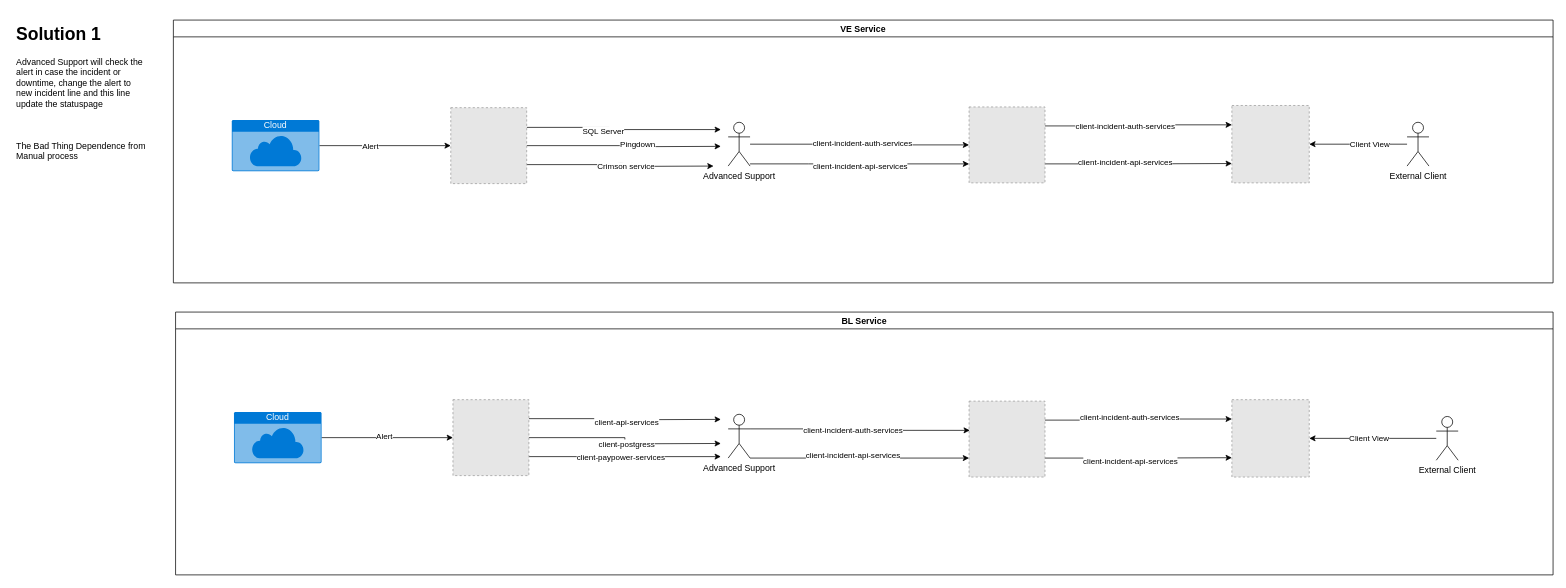
This is page "Solution 1" (2 of 4) of IssuePDMetricsPTY.drawio from LucasLeiteCesar/DrawArch, a draw.io file, before an edit. Source tidied: cells renumbered, new cells numbered last; positions are measured from the earlier drawing's top-left corner, leaving out a move shared by most shapes. Both pictures are drawn from the tidied source at 73%, with x=0, y=0 at pixel (12, 20). Pictures stored in the file or linked from it are replaced by grey dashed boxes.
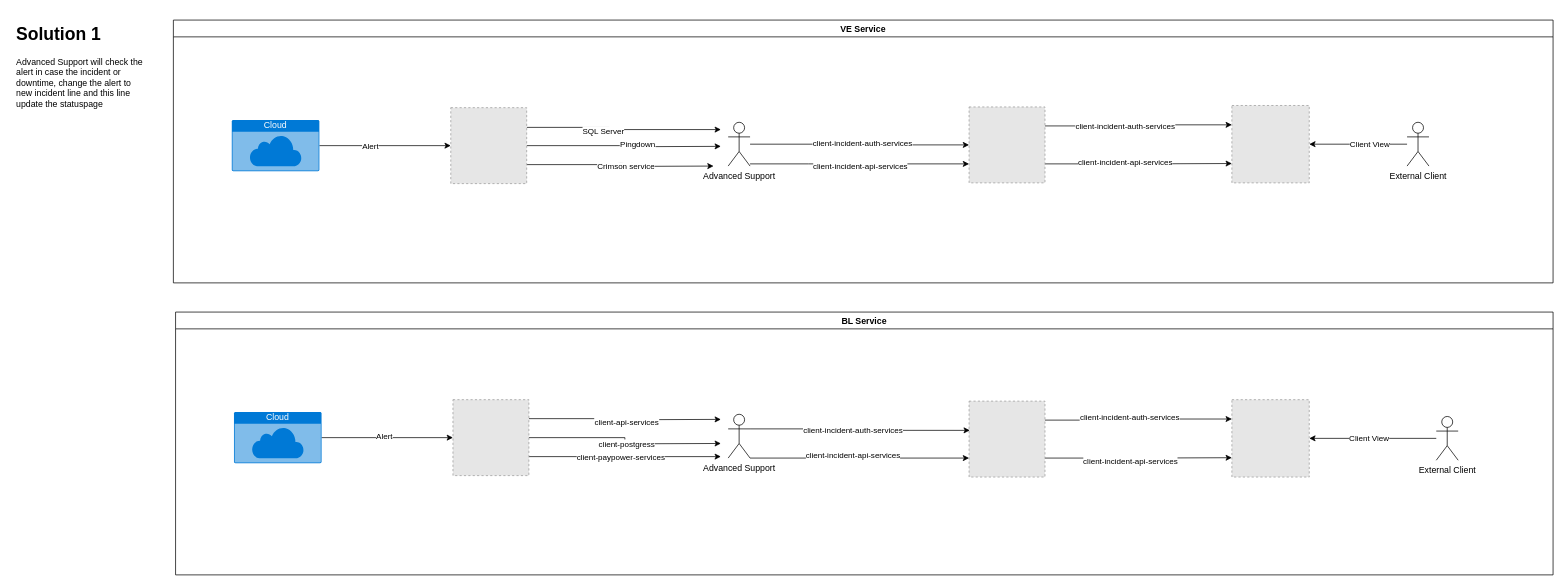
The same diagram, later.

Diff of the diagram source:
```diff
@@
-    <mxCell id="53" value="&lt;h1&gt;Solution 1&lt;br&gt;&lt;/h1&gt;&lt;div&gt;Advanced Support will check the alert in case the incident or downtime, change the alert to new incident line and this line update the statuspage&lt;/div&gt;&lt;div&gt;&lt;br&gt;&lt;/div&gt;&lt;div&gt;&lt;br&gt;&lt;/div&gt;&lt;div&gt;&lt;br&gt;&lt;/div&gt;&lt;div&gt;The Bad Thing Dependence from Manual process&lt;br&gt;&lt;/div&gt;" style="text;html=1;strokeColor=none;fillColor=none;spacing=5;spacingTop=-20;whiteSpace=wrap;overflow=hidden;rounded=0;" parent="1" vertex="1">
+    <mxCell id="53" value="&lt;h1&gt;Solution 1&lt;br&gt;&lt;/h1&gt;&lt;div&gt;Advanced Support will check the alert in case the incident or downtime, change the alert to new incident line and this line update the statuspage&lt;/div&gt;&lt;div&gt;&lt;br&gt;&lt;/div&gt;&lt;div&gt;&lt;br&gt;&lt;/div&gt;&lt;div&gt;&lt;br&gt;&lt;/div&gt;&lt;div&gt;&lt;br&gt;&lt;/div&gt;" style="text;html=1;strokeColor=none;fillColor=none;spacing=5;spacingTop=-20;whiteSpace=wrap;overflow=hidden;rounded=0;" parent="1" vertex="1">
       <mxGeometry width="190" height="260" as="geometry" />
     </mxCell>
```
